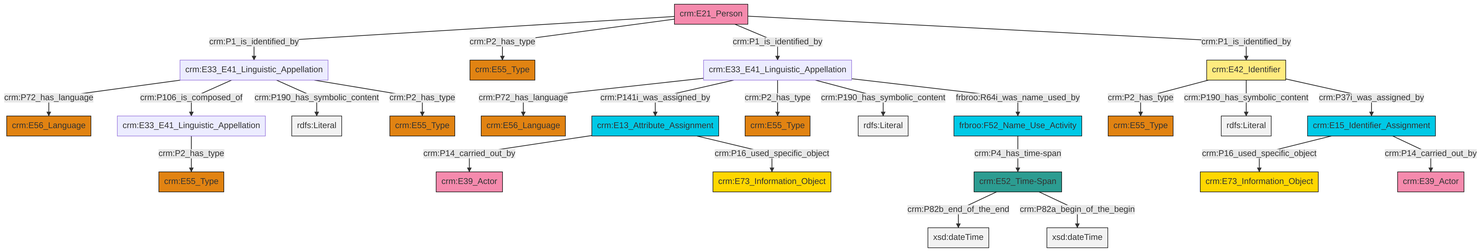
The Mermaid diagram et/personCSV/ttl/mmd/png/Person_Names_and_Classification.png in swiss-art-research-net/docs.swissartresearch, before a commit. Its source is kept beside it as et/personCSV/ttl/mmd/Person_Names_and_Classification.ttl.mmd.
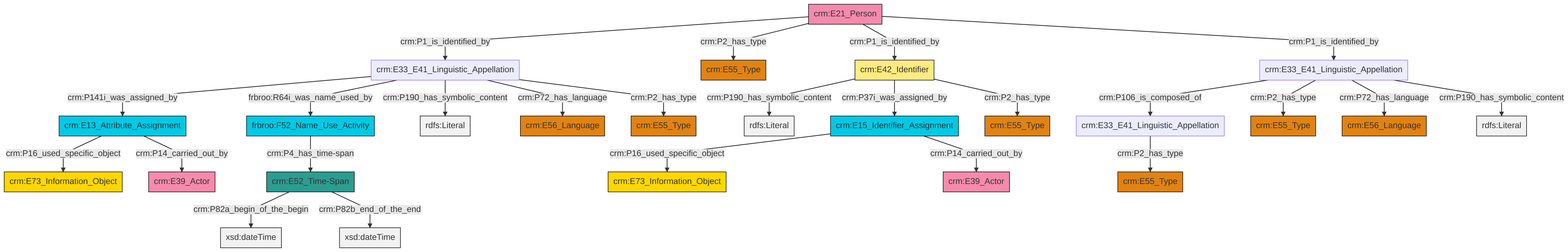
The same file after the commit.

Diff of the diagram source:
```diff
@@ -13,27 +13,27 @@
 classDef PC_Classes fill:#4ce600, stroke:#000000;
 classDef Multi fill:#cccccc,stroke:#000000;
 
-2["crm:E15_Identifier_Assignment"]:::Temporal_Entity -->|crm:P16_used_specific_object| 4["crm:E73_Information_Object"]:::Conceptual_Object
-2["crm:E15_Identifier_Assignment"]:::Temporal_Entity -->|crm:P14_carried_out_by| 7["crm:E39_Actor"]:::Actor
-10["crm:E33_E41_Linguistic_Appellation"]:::Default -->|crm:P72_has_language| 11["crm:E56_Language"]:::Type
-14["crm:E42_Identifier"]:::Appellation -->|crm:P2_has_type| 15["crm:E55_Type"]:::Type
-16["crm:E21_Person"]:::Actor -->|crm:P1_is_identified_by| 10["crm:E33_E41_Linguistic_Appellation"]:::Default
-14["crm:E42_Identifier"]:::Appellation -->|crm:P190_has_symbolic_content| 23[rdfs:Literal]:::Literal
-10["crm:E33_E41_Linguistic_Appellation"]:::Default -->|crm:P106_is_composed_of| 25["crm:E33_E41_Linguistic_Appellation"]:::Default
-21["crm:E33_E41_Linguistic_Appellation"]:::Default -->|crm:P72_has_language| 19["crm:E56_Language"]:::Type
-26["frbroo:F52_Name_Use_Activity"]:::Temporal_Entity -->|crm:P4_has_time-span| 27["crm:E52_Time-Span"]:::Time-Span
-21["crm:E33_E41_Linguistic_Appellation"]:::Default -->|crm:P141i_was_assigned_by| 5["crm:E13_Attribute_Assignment"]:::Temporal_Entity
-10["crm:E33_E41_Linguistic_Appellation"]:::Default -->|crm:P190_has_symbolic_content| 28[rdfs:Literal]:::Literal
-16["crm:E21_Person"]:::Actor -->|crm:P2_has_type| 12["crm:E55_Type"]:::Type
-21["crm:E33_E41_Linguistic_Appellation"]:::Default -->|crm:P2_has_type| 8["crm:E55_Type"]:::Type
-14["crm:E42_Identifier"]:::Appellation -->|crm:P37i_was_assigned_by| 2["crm:E15_Identifier_Assignment"]:::Temporal_Entity
-16["crm:E21_Person"]:::Actor -->|crm:P1_is_identified_by| 21["crm:E33_E41_Linguistic_Appellation"]:::Default
-27["crm:E52_Time-Span"]:::Time-Span -->|crm:P82b_end_of_the_end| 34[xsd:dateTime]:::Literal
-21["crm:E33_E41_Linguistic_Appellation"]:::Default -->|crm:P190_has_symbolic_content| 37[rdfs:Literal]:::Literal
-27["crm:E52_Time-Span"]:::Time-Span -->|crm:P82a_begin_of_the_begin| 39[xsd:dateTime]:::Literal
-25["crm:E33_E41_Linguistic_Appellation"]:::Default -->|crm:P2_has_type| 17["crm:E55_Type"]:::Type
-5["crm:E13_Attribute_Assignment"]:::Temporal_Entity -->|crm:P14_carried_out_by| 41["crm:E39_Actor"]:::Actor
-5["crm:E13_Attribute_Assignment"]:::Temporal_Entity -->|crm:P16_used_specific_object| 31["crm:E73_Information_Object"]:::Conceptual_Object
-10["crm:E33_E41_Linguistic_Appellation"]:::Default -->|crm:P2_has_type| 0["crm:E55_Type"]:::Type
-16["crm:E21_Person"]:::Actor -->|crm:P1_is_identified_by| 14["crm:E42_Identifier"]:::Appellation
-21["crm:E33_E41_Linguistic_Appellation"]:::Default -->|frbroo:R64i_was_name_used_by| 26["frbroo:F52_Name_Use_Activity"]:::Temporal_Entity
+0["crm:E21_Person"]:::Actor -->|crm:P1_is_identified_by| 1["crm:E33_E41_Linguistic_Appellation"]:::Default
+6["crm:E42_Identifier"]:::Appellation -->|crm:P190_has_symbolic_content| 7[rdfs:Literal]:::Literal
+0["crm:E21_Person"]:::Actor -->|crm:P2_has_type| 10["crm:E55_Type"]:::Type
+0["crm:E21_Person"]:::Actor -->|crm:P1_is_identified_by| 6["crm:E42_Identifier"]:::Appellation
+1["crm:E33_E41_Linguistic_Appellation"]:::Default -->|crm:P141i_was_assigned_by| 11["crm:E13_Attribute_Assignment"]:::Temporal_Entity
+12["crm:E33_E41_Linguistic_Appellation"]:::Default -->|crm:P106_is_composed_of| 13["crm:E33_E41_Linguistic_Appellation"]:::Default
+12["crm:E33_E41_Linguistic_Appellation"]:::Default -->|crm:P2_has_type| 15["crm:E55_Type"]:::Type
+1["crm:E33_E41_Linguistic_Appellation"]:::Default -->|frbroo:R64i_was_name_used_by| 8["frbroo:F52_Name_Use_Activity"]:::Temporal_Entity
+12["crm:E33_E41_Linguistic_Appellation"]:::Default -->|crm:P72_has_language| 20["crm:E56_Language"]:::Type
+2["crm:E52_Time-Span"]:::Time-Span -->|crm:P82a_begin_of_the_begin| 22[xsd:dateTime]:::Literal
+0["crm:E21_Person"]:::Actor -->|crm:P1_is_identified_by| 12["crm:E33_E41_Linguistic_Appellation"]:::Default
+23["crm:E15_Identifier_Assignment"]:::Temporal_Entity -->|crm:P16_used_specific_object| 24["crm:E73_Information_Object"]:::Conceptual_Object
+23["crm:E15_Identifier_Assignment"]:::Temporal_Entity -->|crm:P14_carried_out_by| 4["crm:E39_Actor"]:::Actor
+1["crm:E33_E41_Linguistic_Appellation"]:::Default -->|crm:P190_has_symbolic_content| 25[rdfs:Literal]:::Literal
+13["crm:E33_E41_Linguistic_Appellation"]:::Default -->|crm:P2_has_type| 26["crm:E55_Type"]:::Type
+6["crm:E42_Identifier"]:::Appellation -->|crm:P37i_was_assigned_by| 23["crm:E15_Identifier_Assignment"]:::Temporal_Entity
+11["crm:E13_Attribute_Assignment"]:::Temporal_Entity -->|crm:P16_used_specific_object| 34["crm:E73_Information_Object"]:::Conceptual_Object
+6["crm:E42_Identifier"]:::Appellation -->|crm:P2_has_type| 28["crm:E55_Type"]:::Type
+1["crm:E33_E41_Linguistic_Appellation"]:::Default -->|crm:P72_has_language| 18["crm:E56_Language"]:::Type
+2["crm:E52_Time-Span"]:::Time-Span -->|crm:P82b_end_of_the_end| 38[xsd:dateTime]:::Literal
+1["crm:E33_E41_Linguistic_Appellation"]:::Default -->|crm:P2_has_type| 40["crm:E55_Type"]:::Type
+11["crm:E13_Attribute_Assignment"]:::Temporal_Entity -->|crm:P14_carried_out_by| 31["crm:E39_Actor"]:::Actor
+8["frbroo:F52_Name_Use_Activity"]:::Temporal_Entity -->|crm:P4_has_time-span| 2["crm:E52_Time-Span"]:::Time-Span
+12["crm:E33_E41_Linguistic_Appellation"]:::Default -->|crm:P190_has_symbolic_content| 45[rdfs:Literal]:::Literal
```
